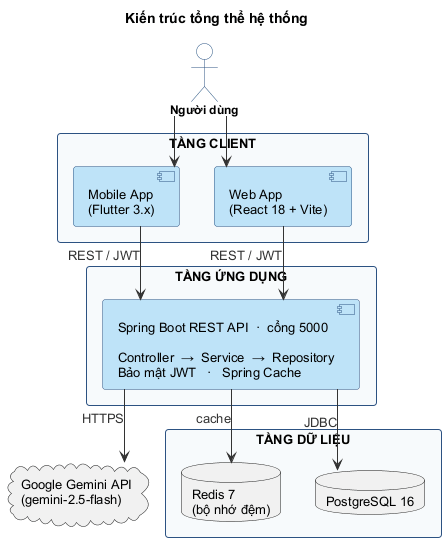
Above: docs/uml/png/architecture.png in nhathao428/taskhub (PlantUML), before the change.
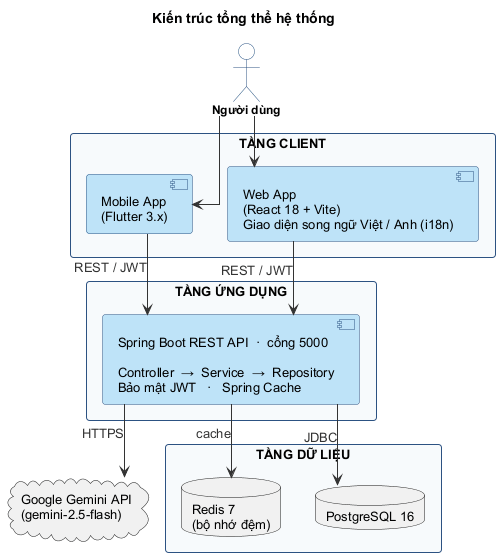
Later version of the same file.

Commit message:
docs: thêm sơ đồ lớp frontend (i18n), cập nhật kiến trúc song ngữ

What changed in the source:
```diff
@@ -10,7 +10,7 @@
 actor "Người dùng" as User
 
 rectangle "TẦNG CLIENT" as ClientTier {
-  component "Web App\n(React 18 + Vite)" as Web
+  component "Web App\n(React 18 + Vite)\nGiao diện song ngữ Việt / Anh (i18n)" as Web
   component "Mobile App\n(Flutter 3.x)" as Mobile
 }
 
```
